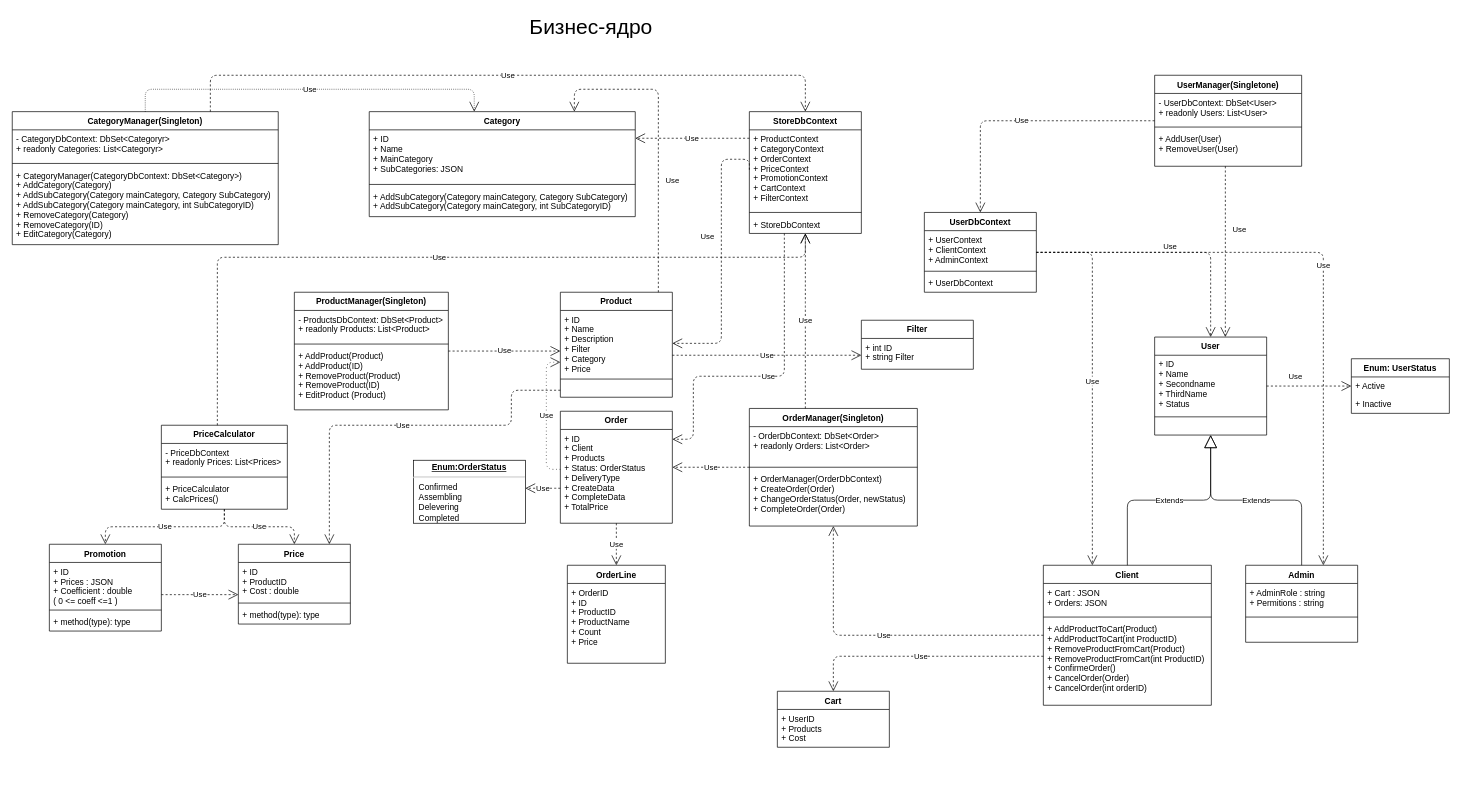
Earlier version of the draw.io diagram UML Diagram.drawio (ArtemGB/AlpakaStore). Source tidied: cells renumbered, new cells numbered last; positions are measured from the earlier drawing's top-left corner, leaving out a move shared by most shapes. Both pictures are drawn from the tidied source at 70%, with x=0, y=0 at pixel (12, 12).
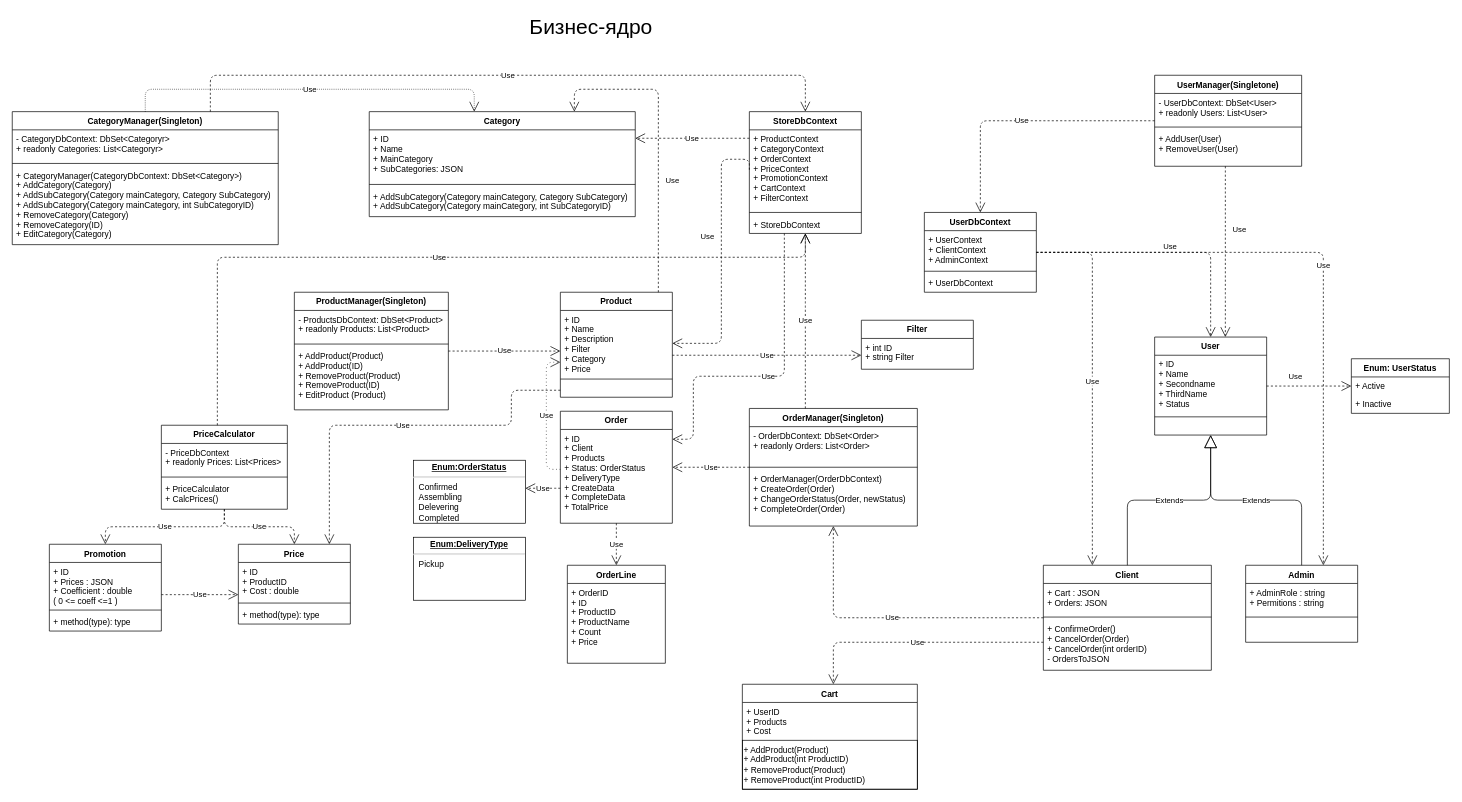
After the change.

What changed in the source:
```diff
@@
     <mxCell id="21" value="Client" style="swimlane;fontStyle=1;align=center;verticalAlign=top;horizontal=1;startSize=26;" parent="1" vertex="1">
-      <mxGeometry x="1473" y="790" width="240" height="200" as="geometry" />
+      <mxGeometry x="1473" y="790" width="240" height="150" as="geometry" />
     </mxCell>
@@
-    <mxCell id="24" value="+ AddProductToCart(Product)&#10;+ AddProductToCart(int ProductID)&#10;+ RemoveProductFromCart(Product)&#10;+ RemoveProductFromCart(int ProductID)&#10;+ ConfirmeOrder()&#10;+ CancelOrder(Order)&#10;+ CancelOrder(int orderID)" style="text;strokeColor=none;fillColor=none;align=left;verticalAlign=top;spacingLeft=4;spacingRight=4;overflow=hidden;" parent="21" vertex="1">
-      <mxGeometry y="78" width="240" height="122" as="geometry" />
+    <mxCell id="24" value="+ ConfirmeOrder()&#10;+ CancelOrder(Order)&#10;+ CancelOrder(int orderID)&#10;- OrdersToJSON" style="text;strokeColor=none;fillColor=none;align=left;verticalAlign=top;spacingLeft=4;spacingRight=4;overflow=hidden;" parent="21" vertex="1">
+      <mxGeometry y="78" width="240" height="72" as="geometry" />
     </mxCell>
@@
     <mxCell id="90" value="Cart" style="swimlane;fontStyle=1;align=center;verticalAlign=top;horizontal=1;startSize=26;" parent="1" vertex="1">
-      <mxGeometry x="1093" y="970" width="160" height="80" as="geometry" />
+      <mxGeometry x="1043" y="960" width="250" height="150" as="geometry" />
     </mxCell>
     <mxCell id="91" value="+ UserID&#10;+ Products&#10;+ Cost" style="text;strokeColor=none;fillColor=none;align=left;verticalAlign=top;spacingLeft=4;spacingRight=4;overflow=hidden;" parent="90" vertex="1">
-      <mxGeometry y="26" width="160" height="54" as="geometry" />
+      <mxGeometry y="26" width="250" height="54" as="geometry" />
     </mxCell>
+    <mxCell id="99" value="&lt;span&gt;+ AddProduct(Product)&lt;/span&gt;&lt;br style=&quot;padding: 0px ; margin: 0px&quot;&gt;&lt;span&gt;+ AddProduct(int ProductID)&lt;/span&gt;&lt;br style=&quot;padding: 0px ; margin: 0px&quot;&gt;&lt;span&gt;+ RemoveProduct(Product)&lt;/span&gt;&lt;br style=&quot;padding: 0px ; margin: 0px&quot;&gt;&lt;span&gt;+ RemoveProduct(int ProductID)&lt;/span&gt;" style="rounded=0;whiteSpace=wrap;html=1;align=left;fillColor=none;" parent="90" vertex="1">
+      <mxGeometry y="80" width="250" height="70" as="geometry" />
+    </mxCell>
     <mxCell id="92" value="Use" style="endArrow=open;endSize=12;dashed=1;html=1;edgeStyle=orthogonalEdgeStyle;" parent="1" edge="1" source="21" target="90">
       <mxGeometry relative="1" as="geometry">
         <Array as="points">
-          <mxPoint x="1173" y="920" />
+          <mxPoint x="1173" y="900" />
         </Array>
       </mxGeometry>
     </mxCell>
@@
+    <mxCell id="100" value="&lt;p style=&quot;margin: 0px ; margin-top: 4px ; text-align: center ; text-decoration: underline&quot;&gt;&lt;b&gt;Enum:DeliveryType&lt;/b&gt;&lt;/p&gt;&lt;hr&gt;&lt;p style=&quot;margin: 0px ; margin-left: 8px&quot;&gt;Pickup&lt;/p&gt;" style="verticalAlign=top;align=left;overflow=fill;fontSize=12;fontFamily=Helvetica;html=1;fillColor=none;" parent="1" vertex="1">
+      <mxGeometry x="573" y="750" width="160" height="90" as="geometry" />
+    </mxCell>
```
